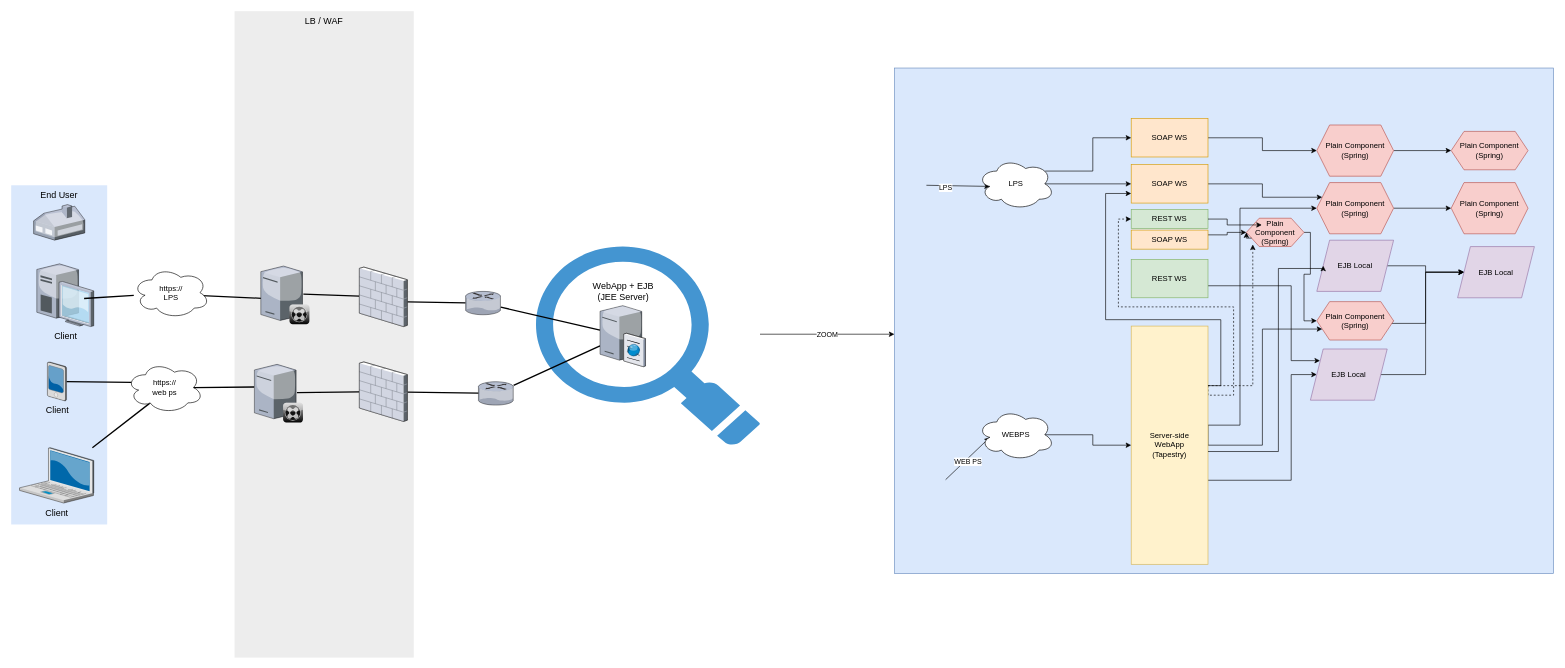
Before: v2 transformation etape 4.drawio in YannRobert/draw.io, a draw.io diagram. Source tidied: cells renumbered, new cells numbered last; positions are measured from the earlier drawing's top-left corner, leaving out a move shared by most shapes. Both pictures are drawn from the tidied source at 64%, with x=0, y=0 at pixel (11, 11).
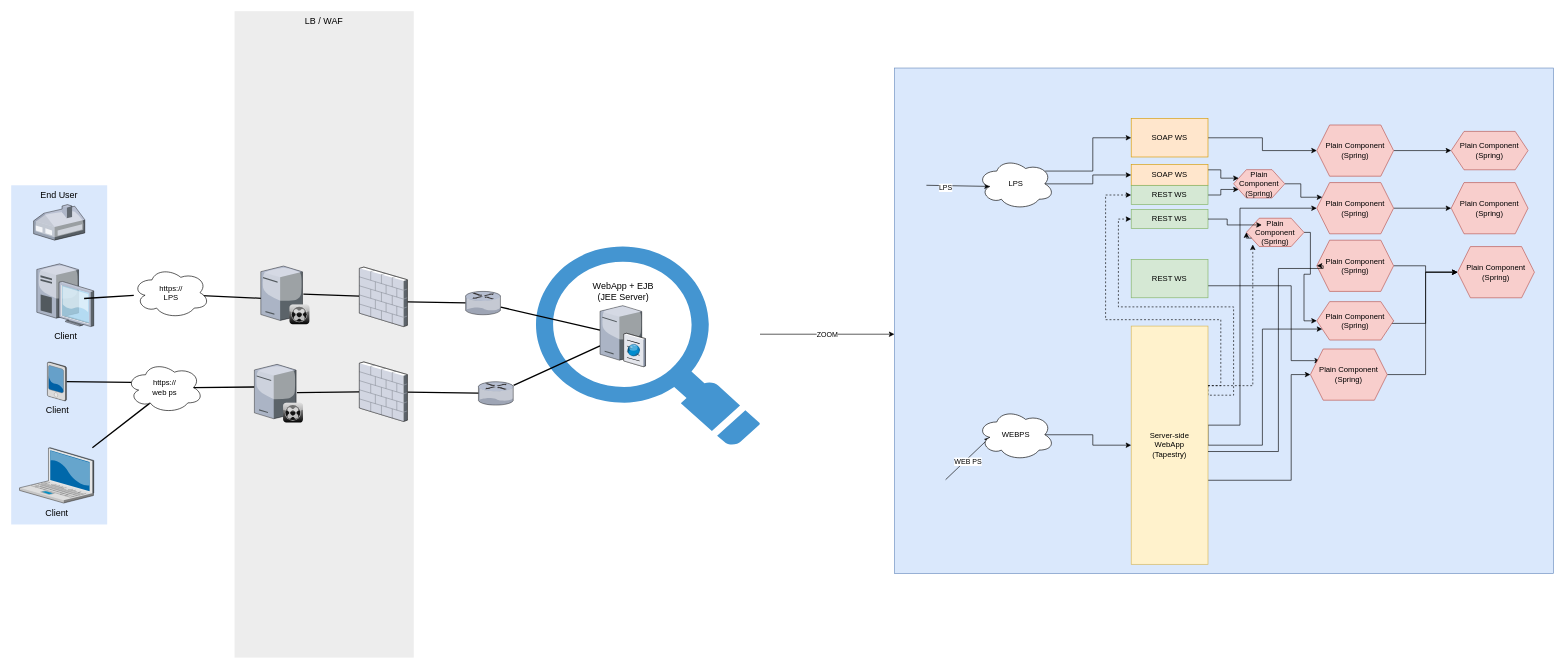
Above is the later version.

Commit message:
Mettre à jour v2 transformation etape 4.drawio

Unchanged cells that the change refers to:
```xml
<mxCell id="26" value="Server-side&lt;br&gt;WebApp&lt;br&gt;(Tapestry)" style="rounded=0;whiteSpace=wrap;html=1;fillColor=#fff2cc;strokeColor=#d6b656;" parent="1" vertex="1">
  <mxGeometry x="1750" y="492" width="120" height="372.2" as="geometry" />
</mxCell>
<mxCell id="41" value="Plain Component&lt;br style=&quot;border-color: var(--border-color);&quot;&gt;(Spring)" style="shape=hexagon;perimeter=hexagonPerimeter2;whiteSpace=wrap;html=1;fixedSize=1;fillColor=#f8cecc;strokeColor=#b85450;" parent="1" vertex="1">
  <mxGeometry x="2040" y="267.8" width="120" height="80" as="geometry" />
</mxCell>
<mxCell id="69" value="Plain Component&lt;br style=&quot;border-color: var(--border-color);&quot;&gt;(Spring)" style="shape=hexagon;perimeter=hexagonPerimeter2;whiteSpace=wrap;html=1;fixedSize=1;fillColor=#f8cecc;strokeColor=#b85450;" parent="1" vertex="1">
  <mxGeometry x="1930" y="323.5" width="90" height="44.2" as="geometry" />
</mxCell>
```

What changed in the source:
```diff
@@
-    <mxCell id="27" style="edgeStyle=orthogonalEdgeStyle;rounded=0;jettySize=auto;html=1;exitX=1;exitY=0.25;exitDx=0;exitDy=0;entryX=0;entryY=0.5;entryDx=0;entryDy=0;" parent="1" edge="1" source="28" target="69">
-      <mxGeometry relative="1" as="geometry" />
-    </mxCell>
-    <mxCell id="28" value="SOAP WS" style="rounded=0;whiteSpace=wrap;html=1;fillColor=#ffe6cc;strokeColor=#d79b00;" parent="1" vertex="1">
-      <mxGeometry x="1750" y="342" width="120" height="29.8" as="geometry" />
-    </mxCell>
@@
-    <mxCell id="32" style="edgeStyle=orthogonalEdgeStyle;rounded=0;jettySize=auto;html=1;exitX=1;exitY=0.5;exitDx=0;exitDy=0;entryX=0;entryY=0.25;entryDx=0;entryDy=0;" parent="1" edge="1" source="33" target="41">
-      <mxGeometry relative="1" as="geometry" />
-    </mxCell>
+    <mxCell id="74" style="edgeStyle=orthogonalEdgeStyle;rounded=0;jettySize=auto;html=1;exitX=1;exitY=0.25;exitDx=0;exitDy=0;entryX=0;entryY=0.25;entryDx=0;entryDy=0;" parent="1" edge="1" source="33" target="78">
+      <mxGeometry relative="1" as="geometry" />
+    </mxCell>
     <mxCell id="33" value="SOAP WS" style="rounded=0;whiteSpace=wrap;html=1;fillColor=#ffe6cc;strokeColor=#d79b00;" parent="1" vertex="1">
-      <mxGeometry x="1750" y="239.8" width="120" height="60" as="geometry" />
+      <mxGeometry x="1750" y="239.8" width="120" height="32.2" as="geometry" />
     </mxCell>
@@
-    <mxCell id="39" value="EJB Local" style="shape=parallelogram;perimeter=parallelogramPerimeter;whiteSpace=wrap;html=1;fixedSize=1;fillColor=#e1d5e7;strokeColor=#9673a6;" parent="1" vertex="1">
+    <mxCell id="39" value="Plain Component&lt;br style=&quot;border-color: var(--border-color);&quot;&gt;(Spring)" style="shape=hexagon;perimeter=hexagonPerimeter2;whiteSpace=wrap;html=1;fixedSize=1;fillColor=#f8cecc;strokeColor=#b85450;" parent="1" vertex="1">
       <mxGeometry x="2040" y="357.8" width="120" height="80" as="geometry" />
     </mxCell>
@@
-    <mxCell id="44" value="EJB Local" style="shape=parallelogram;perimeter=parallelogramPerimeter;whiteSpace=wrap;html=1;fixedSize=1;fillColor=#e1d5e7;strokeColor=#9673a6;" parent="1" vertex="1">
+    <mxCell id="44" value="Plain Component&lt;br style=&quot;border-color: var(--border-color);&quot;&gt;(Spring)" style="shape=hexagon;perimeter=hexagonPerimeter2;whiteSpace=wrap;html=1;fixedSize=1;fillColor=#f8cecc;strokeColor=#b85450;" parent="1" vertex="1">
       <mxGeometry x="2260" y="367.8" width="120" height="80" as="geometry" />
     </mxCell>
@@
-    <mxCell id="46" value="EJB Local" style="shape=parallelogram;perimeter=parallelogramPerimeter;whiteSpace=wrap;html=1;fixedSize=1;fillColor=#e1d5e7;strokeColor=#9673a6;" parent="1" vertex="1">
+    <mxCell id="46" value="Plain Component&lt;br style=&quot;border-color: var(--border-color);&quot;&gt;(Spring)" style="shape=hexagon;perimeter=hexagonPerimeter2;whiteSpace=wrap;html=1;fixedSize=1;fillColor=#f8cecc;strokeColor=#b85450;" parent="1" vertex="1">
       <mxGeometry x="2030" y="527.8" width="120" height="80" as="geometry" />
     </mxCell>
@@
-    <mxCell id="67" style="edgeStyle=orthogonalEdgeStyle;rounded=0;jettySize=auto;html=1;exitX=1;exitY=0.25;exitDx=0;exitDy=0;entryX=0;entryY=0.75;entryDx=0;entryDy=0;" parent="1" edge="1" source="26" target="33">
+    <mxCell id="67" style="edgeStyle=orthogonalEdgeStyle;rounded=0;jettySize=auto;html=1;exitX=1;exitY=0.25;exitDx=0;exitDy=0;entryX=0;entryY=0.5;entryDx=0;entryDy=0;dashed=1;" parent="1" edge="1" source="26" target="76">
       <mxGeometry relative="1" as="geometry">
         <Array as="points">
           <mxPoint x="1890" y="585" />
           <mxPoint x="1890" y="482" />
           <mxPoint x="1710" y="482" />
-          <mxPoint x="1710" y="285" />
+          <mxPoint x="1710" y="287" />
         </Array>
       </mxGeometry>
     </mxCell>
@@
+    <mxCell id="75" style="edgeStyle=orthogonalEdgeStyle;rounded=0;jettySize=auto;html=1;exitX=1;exitY=0.5;exitDx=0;exitDy=0;entryX=0;entryY=0.75;entryDx=0;entryDy=0;" parent="1" edge="1" source="76" target="78">
+      <mxGeometry relative="1" as="geometry" />
+    </mxCell>
+    <mxCell id="76" value="REST WS" style="rounded=0;whiteSpace=wrap;html=1;fillColor=#d5e8d4;strokeColor=#82b366;" parent="1" vertex="1">
+      <mxGeometry x="1750" y="272.2" width="120" height="30" as="geometry" />
+    </mxCell>
+    <mxCell id="77" style="edgeStyle=orthogonalEdgeStyle;rounded=0;jettySize=auto;html=1;exitX=1;exitY=0.5;exitDx=0;exitDy=0;entryX=0;entryY=0.25;entryDx=0;entryDy=0;" parent="1" edge="1" source="78" target="41">
+      <mxGeometry relative="1" as="geometry" />
+    </mxCell>
+    <mxCell id="78" value="Plain Component&lt;br style=&quot;border-color: var(--border-color);&quot;&gt;(Spring)" style="shape=hexagon;perimeter=hexagonPerimeter2;whiteSpace=wrap;html=1;fixedSize=1;fillColor=#f8cecc;strokeColor=#b85450;" parent="1" vertex="1">
+      <mxGeometry x="1910" y="247.6" width="80" height="44.2" as="geometry" />
+    </mxCell>
```
